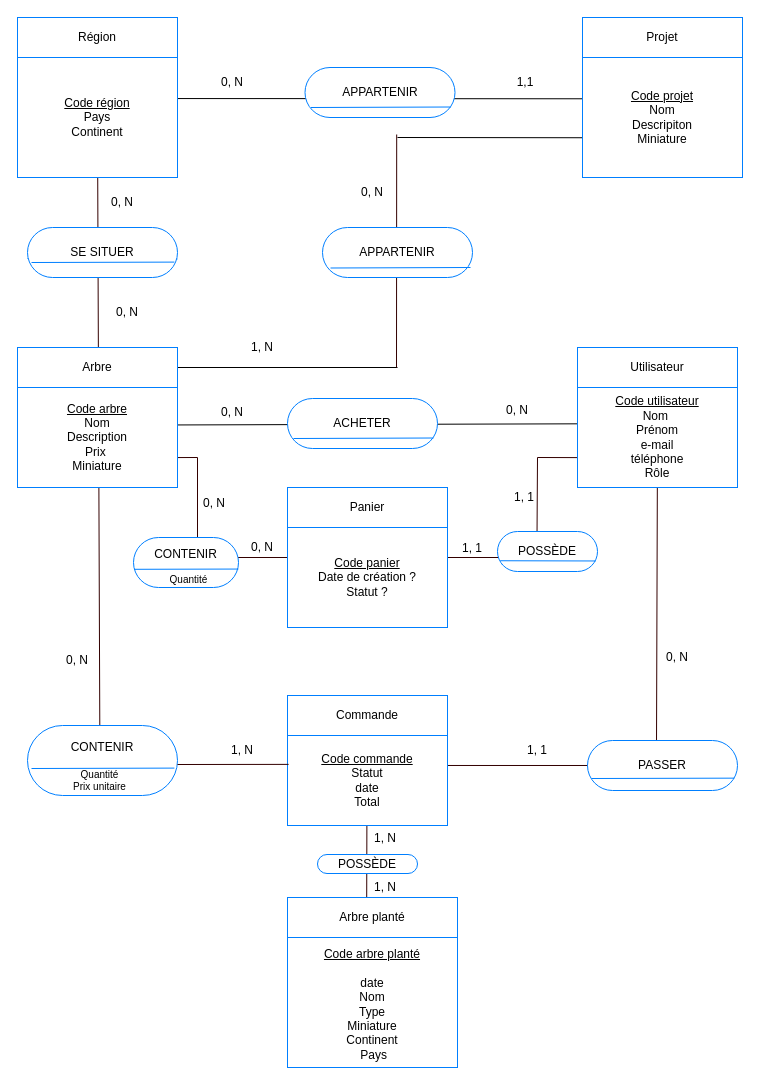
Above: conception/MCD.drawio in ChloeGarciaMillerand/GreenRoots_Freyja (draw.io), before the change. Source tidied: cells renumbered, new cells numbered last; positions are measured from the earlier drawing's top-left corner, leaving out a move shared by most shapes. Both pictures are drawn from the tidied source at 100%, with x=0, y=0 at pixel (17, 17).
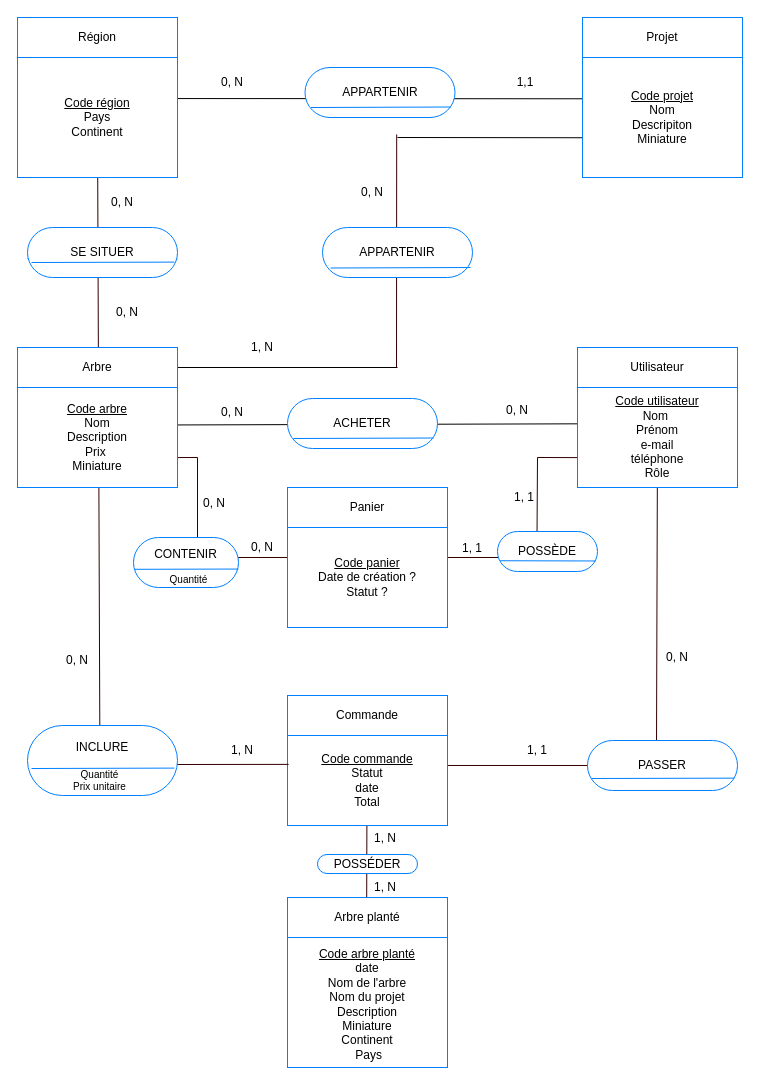
After the change.

Commit message (it also covers changes not shown here):
add planted tree entity to MCD

Change to the diagram source:
```diff
@@
-    <mxCell id="27" value="CONTENIR" style="rounded=1;whiteSpace=wrap;html=1;arcSize=50;strokeColor=#007FFF;labelPosition=center;verticalLabelPosition=top;align=center;verticalAlign=bottom;spacing=0;spacingTop=0;spacingBottom=-29;" parent="1" vertex="1">
+    <mxCell id="27" value="INCLURE" style="rounded=1;whiteSpace=wrap;html=1;arcSize=50;strokeColor=#007FFF;labelPosition=center;verticalLabelPosition=top;align=center;verticalAlign=bottom;spacing=0;spacingTop=0;spacingBottom=-29;" parent="1" vertex="1">
       <mxGeometry x="10" y="708" width="150" height="70" as="geometry" />
     </mxCell>
@@
     <mxCell id="53" value="Arbre planté" style="rounded=0;whiteSpace=wrap;html=1;strokeColor=#007FFF;" parent="1" vertex="1">
-      <mxGeometry x="270" y="880" width="170" height="40" as="geometry" />
+      <mxGeometry x="270" y="880" width="160" height="40" as="geometry" />
     </mxCell>
-    <mxCell id="54" value="&lt;u&gt;Code arbre planté&lt;br&gt;&lt;/u&gt;&lt;br&gt;date&lt;br&gt;Nom&lt;br&gt;Type&lt;br&gt;Miniature&lt;br&gt;Continent&lt;br&gt;&amp;nbsp;Pays" style="rounded=0;whiteSpace=wrap;html=1;strokeColor=#007FFF;spacing=0;spacingBottom=-4;" parent="1" vertex="1">
-      <mxGeometry x="270" y="920" width="170" height="130" as="geometry" />
+    <mxCell id="54" value="&lt;u&gt;Code arbre planté&lt;br&gt;&lt;/u&gt;date&lt;br&gt;Nom de l'arbre&lt;br&gt;Nom du projet&lt;br&gt;Description&lt;br&gt;Miniature&lt;br&gt;Continent&lt;br&gt;&amp;nbsp;Pays" style="rounded=0;whiteSpace=wrap;html=1;strokeColor=#007FFF;spacing=0;spacingBottom=-4;" parent="1" vertex="1">
+      <mxGeometry x="270" y="920" width="160" height="130" as="geometry" />
     </mxCell>
@@
-    <mxCell id="57" value="POSSÈDE" style="rounded=1;whiteSpace=wrap;html=1;arcSize=50;strokeColor=#007FFF;" parent="1" vertex="1">
+    <mxCell id="57" value="POSSÉDER" style="rounded=1;whiteSpace=wrap;html=1;arcSize=50;strokeColor=#007FFF;" parent="1" vertex="1">
       <mxGeometry x="300" y="837" width="100" height="19" as="geometry" />
     </mxCell>
```
